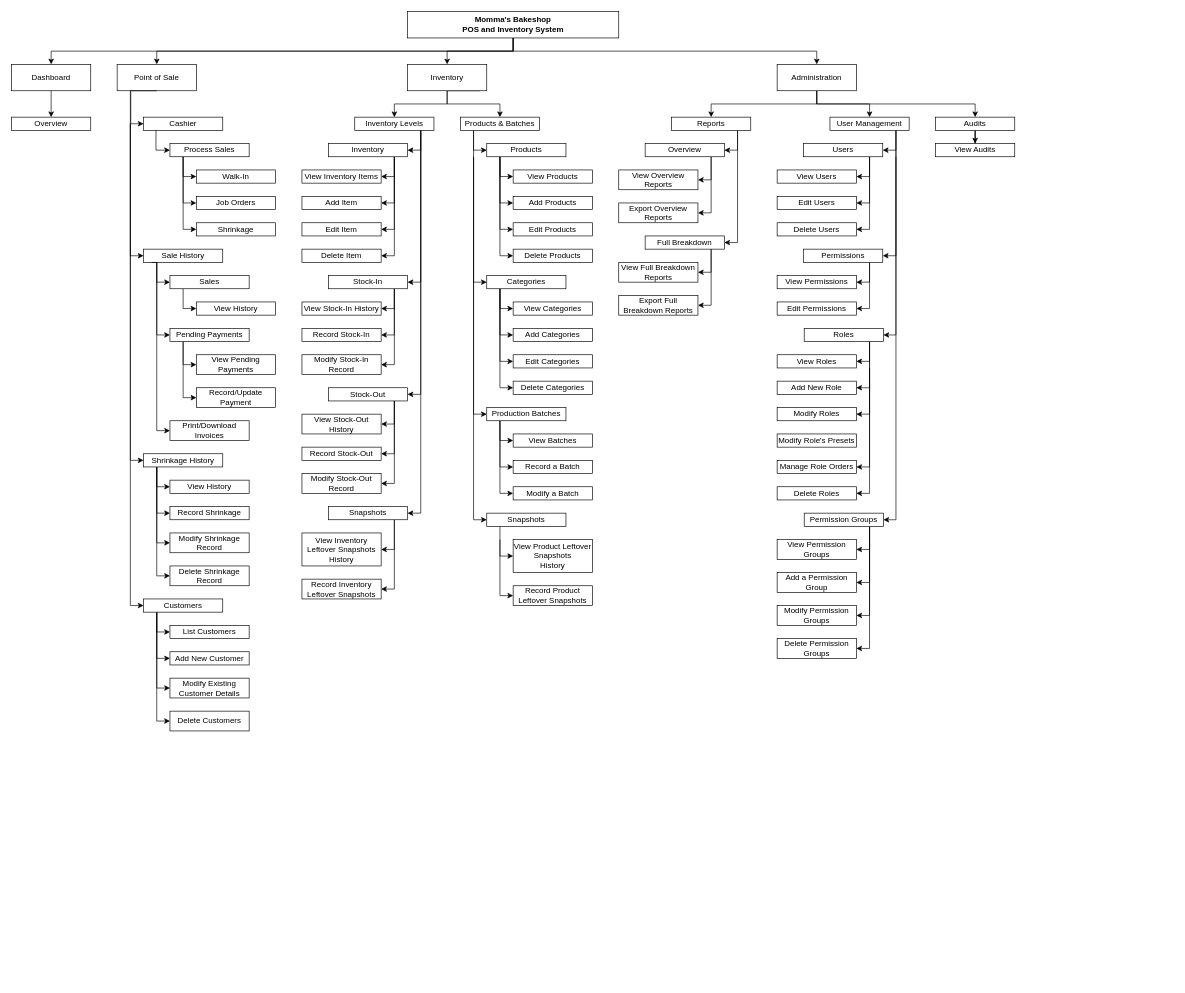
Above: IT12 Final Project System Navigation.drawio in LlanderSei/IT12-Final-Project (draw.io), before the change. Source tidied: cells renumbered, new cells numbered last; positions are measured from the earlier drawing's top-left corner, leaving out a move shared by most shapes. Both pictures are drawn from the tidied source at 66%, with x=0, y=0 at pixel (11, 11).
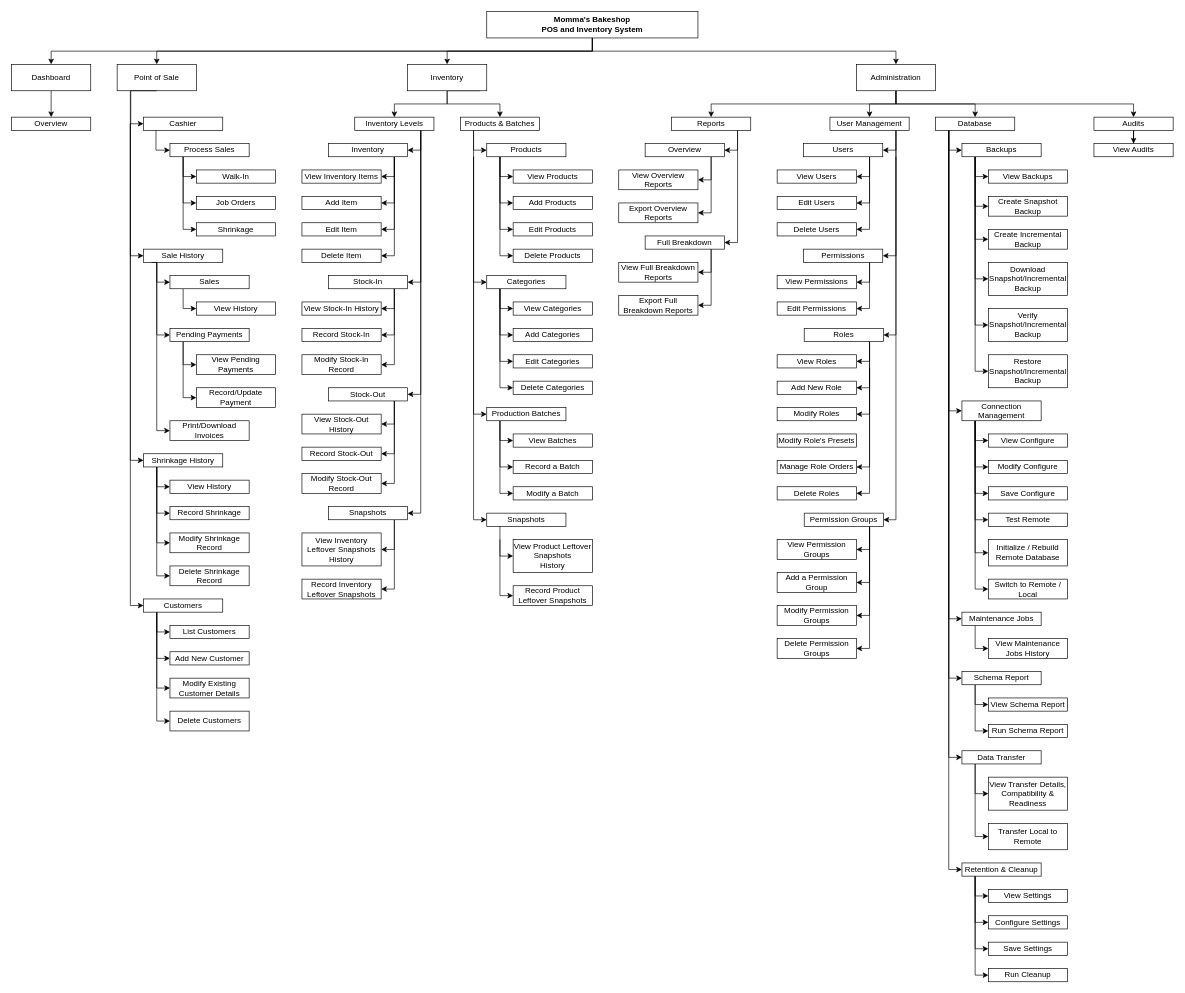
The same page after the edit.

Unchanged cells that the change refers to:
```xml
<mxCell id="7" value="Dashboard" style="rounded=0;whiteSpace=wrap;html=1;" parent="1" vertex="1">
  <mxGeometry y="80" width="120" height="40" as="geometry" />
</mxCell>
<mxCell id="8" value="Point of Sale" style="rounded=0;whiteSpace=wrap;html=1;" parent="1" vertex="1">
  <mxGeometry x="160" y="80" width="120" height="40" as="geometry" />
</mxCell>
<mxCell id="107" value="Reports" style="rounded=0;whiteSpace=wrap;html=1;" parent="1" vertex="1">
  <mxGeometry x="1000" y="160" width="120" height="20" as="geometry" />
</mxCell>
```

Change to the diagram source:
```diff
@@
     <mxCell id="2" style="edgeStyle=orthogonalEdgeStyle;rounded=0;jettySize=auto;html=1;entryX=0.5;entryY=0;entryDx=0;entryDy=0;" parent="1" edge="1" source="5" target="7">
       <mxGeometry relative="1" as="geometry">
         <Array as="points">
-          <mxPoint x="760" y="60" />
+          <mxPoint x="880" y="60" />
           <mxPoint x="60" y="60" />
         </Array>
       </mxGeometry>
     </mxCell>
     <mxCell id="3" style="edgeStyle=orthogonalEdgeStyle;rounded=0;jettySize=auto;html=1;entryX=0.5;entryY=0;entryDx=0;entryDy=0;" parent="1" edge="1" source="5" target="8">
       <mxGeometry relative="1" as="geometry">
         <Array as="points">
-          <mxPoint x="760" y="60" />
+          <mxPoint x="880" y="60" />
           <mxPoint x="220" y="60" />
         </Array>
       </mxGeometry>
     </mxCell>
@@
     <mxCell id="5" value="&lt;b&gt;Momma's Bakeshop&lt;/b&gt;&lt;div&gt;&lt;b&gt;POS and Inventory System&lt;/b&gt;&lt;/div&gt;" style="rounded=0;whiteSpace=wrap;html=1;" parent="1" vertex="1">
-      <mxGeometry x="600" width="320" height="40" as="geometry" />
+      <mxGeometry x="720" width="320" height="40" as="geometry" />
     </mxCell>
@@
     <mxCell id="104" style="edgeStyle=orthogonalEdgeStyle;rounded=0;jettySize=auto;html=1;entryX=0.5;entryY=0;entryDx=0;entryDy=0;" parent="1" edge="1" source="5" target="141">
       <mxGeometry relative="1" as="geometry">
         <Array as="points">
-          <mxPoint x="760" y="60" />
-          <mxPoint x="1220" y="60" />
+          <mxPoint x="880" y="60" />
+          <mxPoint x="1340" y="60" />
         </Array>
       </mxGeometry>
     </mxCell>
@@
     <mxCell id="108" style="edgeStyle=orthogonalEdgeStyle;rounded=0;jettySize=auto;html=1;entryX=0.5;entryY=0;entryDx=0;entryDy=0;" parent="1" edge="1" source="141" target="107">
       <mxGeometry relative="1" as="geometry">
         <Array as="points">
-          <mxPoint x="1220" y="140" />
+          <mxPoint x="1340" y="140" />
           <mxPoint x="1060" y="140" />
         </Array>
       </mxGeometry>
     </mxCell>
@@
     <mxCell id="110" style="edgeStyle=orthogonalEdgeStyle;rounded=0;jettySize=auto;html=1;entryX=0.5;entryY=0;entryDx=0;entryDy=0;" parent="1" edge="1" source="141" target="139">
       <mxGeometry relative="1" as="geometry">
         <Array as="points">
-          <mxPoint x="1220" y="140" />
+          <mxPoint x="1340" y="140" />
           <mxPoint x="1460" y="140" />
         </Array>
       </mxGeometry>
     </mxCell>
@@
-    <mxCell id="138" style="edgeStyle=orthogonalEdgeStyle;rounded=0;jettySize=auto;html=1;entryX=0.5;entryY=0;entryDx=0;entryDy=0;" parent="1" edge="1" source="139" target="140">
-      <mxGeometry relative="1" as="geometry" />
+    <mxCell id="138" style="edgeStyle=orthogonalEdgeStyle;rounded=0;jettySize=auto;html=1;entryX=0;entryY=0.5;entryDx=0;entryDy=0;" parent="1" edge="1" source="139" target="140">
+      <mxGeometry relative="1" as="geometry">
+        <Array as="points">
+          <mxPoint x="1420" y="210" />
+        </Array>
+      </mxGeometry>
     </mxCell>
+    <mxCell id="186" style="edgeStyle=orthogonalEdgeStyle;rounded=0;jettySize=auto;html=1;entryX=0;entryY=0.5;entryDx=0;entryDy=0;" parent="1" edge="1" source="139" target="213">
+      <mxGeometry relative="1" as="geometry">
+        <Array as="points">
+          <mxPoint x="1420" y="605" />
+        </Array>
+      </mxGeometry>
+    </mxCell>
+    <mxCell id="187" style="edgeStyle=orthogonalEdgeStyle;rounded=0;jettySize=auto;html=1;entryX=0;entryY=0.5;entryDx=0;entryDy=0;" parent="1" edge="1" source="139" target="221">
+      <mxGeometry relative="1" as="geometry">
+        <Array as="points">
+          <mxPoint x="1420" y="920" />
+        </Array>
+      </mxGeometry>
+    </mxCell>
+    <mxCell id="188" style="edgeStyle=orthogonalEdgeStyle;rounded=0;jettySize=auto;html=1;entryX=0;entryY=0.5;entryDx=0;entryDy=0;" parent="1" edge="1" source="139" target="225">
+      <mxGeometry relative="1" as="geometry">
+        <Array as="points">
+          <mxPoint x="1420" y="1010" />
+        </Array>
+      </mxGeometry>
+    </mxCell>
+    <mxCell id="189" style="edgeStyle=orthogonalEdgeStyle;rounded=0;jettySize=auto;html=1;entryX=0;entryY=0.5;entryDx=0;entryDy=0;" parent="1" edge="1" source="139" target="230">
+      <mxGeometry relative="1" as="geometry">
+        <Array as="points">
+          <mxPoint x="1420" y="1130" />
+        </Array>
+      </mxGeometry>
+    </mxCell>
+    <mxCell id="190" style="edgeStyle=orthogonalEdgeStyle;rounded=0;jettySize=auto;html=1;entryX=0;entryY=0.5;entryDx=0;entryDy=0;" parent="1" edge="1" source="139" target="237">
+      <mxGeometry relative="1" as="geometry">
+        <Array as="points">
+          <mxPoint x="1420" y="1300" />
+        </Array>
+      </mxGeometry>
+    </mxCell>
-    <mxCell id="139" value="Audits" style="rounded=0;whiteSpace=wrap;html=1;" parent="1" vertex="1">
+    <mxCell id="139" value="Database" style="rounded=0;whiteSpace=wrap;html=1;" parent="1" vertex="1">
       <mxGeometry x="1400" y="160" width="120" height="20" as="geometry" />
     </mxCell>
+    <mxCell id="191" style="edgeStyle=orthogonalEdgeStyle;rounded=0;jettySize=auto;html=1;entryX=0;entryY=0.5;entryDx=0;entryDy=0;" parent="1" edge="1" source="140" target="201">
+      <mxGeometry relative="1" as="geometry">
+        <Array as="points">
+          <mxPoint x="1460" y="250" />
+        </Array>
+      </mxGeometry>
+    </mxCell>
+    <mxCell id="192" style="edgeStyle=orthogonalEdgeStyle;rounded=0;jettySize=auto;html=1;entryX=0;entryY=0.5;entryDx=0;entryDy=0;" parent="1" edge="1" source="140" target="202">
+      <mxGeometry relative="1" as="geometry">
+        <Array as="points">
+          <mxPoint x="1460" y="295" />
+        </Array>
+      </mxGeometry>
+    </mxCell>
+    <mxCell id="193" style="edgeStyle=orthogonalEdgeStyle;rounded=0;jettySize=auto;html=1;entryX=0;entryY=0.5;entryDx=0;entryDy=0;" parent="1" edge="1" source="140" target="203">
+      <mxGeometry relative="1" as="geometry">
+        <Array as="points">
+          <mxPoint x="1460" y="345" />
+        </Array>
+      </mxGeometry>
+    </mxCell>
+    <mxCell id="194" style="edgeStyle=orthogonalEdgeStyle;rounded=0;jettySize=auto;html=1;entryX=0;entryY=0.5;entryDx=0;entryDy=0;" parent="1" edge="1" source="140" target="204">
+      <mxGeometry relative="1" as="geometry">
+        <Array as="points">
+          <mxPoint x="1460" y="405" />
+        </Array>
+      </mxGeometry>
+    </mxCell>
+    <mxCell id="195" style="edgeStyle=orthogonalEdgeStyle;rounded=0;jettySize=auto;html=1;entryX=0;entryY=0.5;entryDx=0;entryDy=0;" parent="1" edge="1" source="140" target="205">
+      <mxGeometry relative="1" as="geometry">
+        <Array as="points">
+          <mxPoint x="1460" y="475" />
+        </Array>
+      </mxGeometry>
+    </mxCell>
+    <mxCell id="196" style="edgeStyle=orthogonalEdgeStyle;rounded=0;jettySize=auto;html=1;entryX=0;entryY=0.5;entryDx=0;entryDy=0;" parent="1" edge="1" source="140" target="206">
+      <mxGeometry relative="1" as="geometry">
+        <Array as="points">
+          <mxPoint x="1460" y="545" />
+        </Array>
+      </mxGeometry>
+    </mxCell>
-    <mxCell id="140" value="View Audits" style="rounded=0;whiteSpace=wrap;html=1;" parent="1" vertex="1">
-      <mxGeometry x="1400" y="200" width="120" height="20" as="geometry" />
+    <mxCell id="140" value="Backups" style="rounded=0;whiteSpace=wrap;html=1;" parent="1" vertex="1">
+      <mxGeometry x="1440" y="200" width="120" height="20" as="geometry" />
     </mxCell>
+    <mxCell id="197" style="edgeStyle=orthogonalEdgeStyle;rounded=0;jettySize=auto;html=1;entryX=0.5;entryY=0;entryDx=0;entryDy=0;" parent="1" edge="1" source="141" target="199">
+      <mxGeometry relative="1" as="geometry">
+        <Array as="points">
+          <mxPoint x="1340" y="140" />
+          <mxPoint x="1700" y="140" />
+        </Array>
+      </mxGeometry>
+    </mxCell>
     <mxCell id="141" value="Administration" style="rounded=0;whiteSpace=wrap;html=1;" parent="1" vertex="1">
-      <mxGeometry x="1160" y="80" width="120" height="40" as="geometry" />
+      <mxGeometry x="1280" y="80" width="120" height="40" as="geometry" />
     </mxCell>
@@
+    <mxCell id="198" style="edgeStyle=orthogonalEdgeStyle;rounded=0;jettySize=auto;html=1;entryX=0.5;entryY=0;entryDx=0;entryDy=0;" parent="1" edge="1" source="199" target="200">
+      <mxGeometry relative="1" as="geometry" />
+    </mxCell>
+    <mxCell id="199" value="Audits" style="rounded=0;whiteSpace=wrap;html=1;" parent="1" vertex="1">
+      <mxGeometry x="1640" y="160" width="120" height="20" as="geometry" />
+    </mxCell>
+    <mxCell id="200" value="View Audits" style="rounded=0;whiteSpace=wrap;html=1;" parent="1" vertex="1">
+      <mxGeometry x="1640" y="200" width="120" height="20" as="geometry" />
+    </mxCell>
+    <mxCell id="201" value="View Backups" style="rounded=0;whiteSpace=wrap;html=1;" parent="1" vertex="1">
+      <mxGeometry x="1480" y="240" width="120" height="20" as="geometry" />
+    </mxCell>
+    <mxCell id="202" value="Create Snapshot Backup" style="rounded=0;whiteSpace=wrap;html=1;" parent="1" vertex="1">
+      <mxGeometry x="1480" y="280" width="120" height="30" as="geometry" />
+    </mxCell>
+    <mxCell id="203" value="Create Incremental Backup" style="rounded=0;whiteSpace=wrap;html=1;" parent="1" vertex="1">
+      <mxGeometry x="1480" y="330" width="120" height="30" as="geometry" />
+    </mxCell>
+    <mxCell id="204" value="Download Snapshot/Incremental Backup" style="rounded=0;whiteSpace=wrap;html=1;" parent="1" vertex="1">
+      <mxGeometry x="1480" y="380" width="120" height="50" as="geometry" />
+    </mxCell>
+    <mxCell id="205" value="Verify Snapshot/Incremental Backup" style="rounded=0;whiteSpace=wrap;html=1;" parent="1" vertex="1">
+      <mxGeometry x="1480" y="450" width="120" height="50" as="geometry" />
+    </mxCell>
+    <mxCell id="206" value="Restore Snapshot/Incremental Backup" style="rounded=0;whiteSpace=wrap;html=1;" parent="1" vertex="1">
+      <mxGeometry x="1480" y="520" width="120" height="50" as="geometry" />
+    </mxCell>
+    <mxCell id="207" style="edgeStyle=orthogonalEdgeStyle;rounded=0;jettySize=auto;html=1;entryX=0;entryY=0.5;entryDx=0;entryDy=0;" parent="1" edge="1" source="213" target="214">
+      <mxGeometry relative="1" as="geometry">
+        <Array as="points">
+          <mxPoint x="1460" y="650" />
+        </Array>
+      </mxGeometry>
+    </mxCell>
+    <mxCell id="208" style="edgeStyle=orthogonalEdgeStyle;rounded=0;jettySize=auto;html=1;entryX=0;entryY=0.5;entryDx=0;entryDy=0;" parent="1" edge="1" source="213" target="215">
+      <mxGeometry relative="1" as="geometry">
+        <Array as="points">
+          <mxPoint x="1460" y="690" />
+        </Array>
+      </mxGeometry>
+    </mxCell>
+    <mxCell id="209" style="edgeStyle=orthogonalEdgeStyle;rounded=0;jettySize=auto;html=1;entryX=0;entryY=0.5;entryDx=0;entryDy=0;" parent="1" edge="1" source="213" target="216">
+      <mxGeometry relative="1" as="geometry">
+        <Array as="points">
+          <mxPoint x="1460" y="730" />
+        </Array>
+      </mxGeometry>
+    </mxCell>
+    <mxCell id="210" style="edgeStyle=orthogonalEdgeStyle;rounded=0;jettySize=auto;html=1;entryX=0;entryY=0.5;entryDx=0;entryDy=0;" parent="1" edge="1" source="213" target="217">
+      <mxGeometry relative="1" as="geometry">
+        <Array as="points">
+          <mxPoint x="1460" y="770" />
+        </Array>
+      </mxGeometry>
+    </mxCell>
+    <mxCell id="211" style="edgeStyle=orthogonalEdgeStyle;rounded=0;jettySize=auto;html=1;entryX=0;entryY=0.5;entryDx=0;entryDy=0;" parent="1" edge="1" source="213" target="218">
+      <mxGeometry relative="1" as="geometry">
+        <Array as="points">
+          <mxPoint x="1460" y="820" />
+        </Array>
+      </mxGeometry>
+    </mxCell>
+    <mxCell id="212" style="edgeStyle=orthogonalEdgeStyle;rounded=0;jettySize=auto;html=1;entryX=0;entryY=0.5;entryDx=0;entryDy=0;" parent="1" edge="1" source="213" target="219">
+      <mxGeometry relative="1" as="geometry">
+        <Array as="points">
+          <mxPoint x="1460" y="875" />
+        </Array>
+      </mxGeometry>
+    </mxCell>
+    <mxCell id="213" value="Connection Management" style="rounded=0;whiteSpace=wrap;html=1;" parent="1" vertex="1">
+      <mxGeometry x="1440" y="590" width="120" height="30" as="geometry" />
+    </mxCell>
+    <mxCell id="214" value="View Configure" style="rounded=0;whiteSpace=wrap;html=1;" parent="1" vertex="1">
+      <mxGeometry x="1480" y="640" width="120" height="20" as="geometry" />
+    </mxCell>
+    <mxCell id="215" value="Modify Configure" style="rounded=0;whiteSpace=wrap;html=1;" parent="1" vertex="1">
+      <mxGeometry x="1480" y="680" width="120" height="20" as="geometry" />
+    </mxCell>
+    <mxCell id="216" value="Save Configure" style="rounded=0;whiteSpace=wrap;html=1;" parent="1" vertex="1">
+      <mxGeometry x="1480" y="720" width="120" height="20" as="geometry" />
+    </mxCell>
+    <mxCell id="217" value="Test Remote" style="rounded=0;whiteSpace=wrap;html=1;" parent="1" vertex="1">
+      <mxGeometry x="1480" y="760" width="120" height="20" as="geometry" />
+    </mxCell>
+    <mxCell id="218" value="Initialize / Rebuild Remote Database" style="rounded=0;whiteSpace=wrap;html=1;" parent="1" vertex="1">
+      <mxGeometry x="1480" y="800" width="120" height="40" as="geometry" />
+    </mxCell>
+    <mxCell id="219" value="Switch to Remote / Local" style="rounded=0;whiteSpace=wrap;html=1;" parent="1" vertex="1">
+      <mxGeometry x="1480" y="860" width="120" height="30" as="geometry" />
+    </mxCell>
+    <mxCell id="220" style="edgeStyle=orthogonalEdgeStyle;rounded=0;jettySize=auto;html=1;entryX=0;entryY=0.5;entryDx=0;entryDy=0;" parent="1" edge="1" source="221" target="222">
+      <mxGeometry relative="1" as="geometry">
+        <Array as="points">
+          <mxPoint x="1460" y="965" />
+        </Array>
+      </mxGeometry>
+    </mxCell>
+    <mxCell id="221" value="Maintenance Jobs" style="rounded=0;whiteSpace=wrap;html=1;" parent="1" vertex="1">
+      <mxGeometry x="1440" y="910" width="120" height="20" as="geometry" />
+    </mxCell>
+    <mxCell id="222" value="View Maintenance Jobs History" style="rounded=0;whiteSpace=wrap;html=1;" parent="1" vertex="1">
+      <mxGeometry x="1480" y="950" width="120" height="30" as="geometry" />
+    </mxCell>
+    <mxCell id="223" style="edgeStyle=orthogonalEdgeStyle;rounded=0;jettySize=auto;html=1;entryX=0;entryY=0.5;entryDx=0;entryDy=0;" parent="1" edge="1" source="225" target="226">
+      <mxGeometry relative="1" as="geometry">
+        <Array as="points">
+          <mxPoint x="1460" y="1050" />
+        </Array>
+      </mxGeometry>
+    </mxCell>
+    <mxCell id="224" style="edgeStyle=orthogonalEdgeStyle;rounded=0;jettySize=auto;html=1;entryX=0;entryY=0.5;entryDx=0;entryDy=0;" parent="1" edge="1" source="225" target="227">
+      <mxGeometry relative="1" as="geometry">
+        <Array as="points">
+          <mxPoint x="1460" y="1090" />
+        </Array>
+      </mxGeometry>
+    </mxCell>
+    <mxCell id="225" value="Schema Report" style="rounded=0;whiteSpace=wrap;html=1;" parent="1" vertex="1">
+      <mxGeometry x="1440" y="1000" width="120" height="20" as="geometry" />
+    </mxCell>
+    <mxCell id="226" value="View Schema Report" style="rounded=0;whiteSpace=wrap;html=1;" parent="1" vertex="1">
+      <mxGeometry x="1480" y="1040" width="120" height="20" as="geometry" />
+    </mxCell>
+    <mxCell id="227" value="Run Schema Report" style="rounded=0;whiteSpace=wrap;html=1;" parent="1" vertex="1">
+      <mxGeometry x="1480" y="1080" width="120" height="20" as="geometry" />
+    </mxCell>
+    <mxCell id="228" style="edgeStyle=orthogonalEdgeStyle;rounded=0;jettySize=auto;html=1;entryX=0;entryY=0.5;entryDx=0;entryDy=0;" parent="1" edge="1" source="230" target="231">
+      <mxGeometry relative="1" as="geometry">
+        <Array as="points">
+          <mxPoint x="1460" y="1185" />
+        </Array>
+      </mxGeometry>
+    </mxCell>
+    <mxCell id="229" style="edgeStyle=orthogonalEdgeStyle;rounded=0;jettySize=auto;html=1;entryX=0;entryY=0.5;entryDx=0;entryDy=0;" parent="1" edge="1" source="230" target="232">
+      <mxGeometry relative="1" as="geometry">
+        <Array as="points">
+          <mxPoint x="1460" y="1250" />
+        </Array>
+      </mxGeometry>
+    </mxCell>
+    <mxCell id="230" value="Data Transfer" style="rounded=0;whiteSpace=wrap;html=1;" parent="1" vertex="1">
+      <mxGeometry x="1440" y="1120" width="120" height="20" as="geometry" />
+    </mxCell>
+    <mxCell id="231" value="View Transfer Details, Compatibility &amp;amp; Readiness" style="rounded=0;whiteSpace=wrap;html=1;" parent="1" vertex="1">
+      <mxGeometry x="1480" y="1160" width="120" height="50" as="geometry" />
+    </mxCell>
+    <mxCell id="232" value="Transfer Local to Remote" style="rounded=0;whiteSpace=wrap;html=1;" parent="1" vertex="1">
+      <mxGeometry x="1480" y="1230" width="120" height="40" as="geometry" />
+    </mxCell>
+    <mxCell id="233" style="edgeStyle=orthogonalEdgeStyle;rounded=0;jettySize=auto;html=1;entryX=0;entryY=0.5;entryDx=0;entryDy=0;" parent="1" edge="1" source="237" target="238">
+      <mxGeometry relative="1" as="geometry">
+        <Array as="points">
+          <mxPoint x="1460" y="1340" />
+        </Array>
+      </mxGeometry>
+    </mxCell>
+    <mxCell id="234" style="edgeStyle=orthogonalEdgeStyle;rounded=0;jettySize=auto;html=1;entryX=0;entryY=0.5;entryDx=0;entryDy=0;" parent="1" edge="1" source="237" target="239">
+      <mxGeometry relative="1" as="geometry">
+        <Array as="points">
+          <mxPoint x="1460" y="1380" />
+        </Array>
+      </mxGeometry>
+    </mxCell>
+    <mxCell id="235" style="edgeStyle=orthogonalEdgeStyle;rounded=0;jettySize=auto;html=1;entryX=0;entryY=0.5;entryDx=0;entryDy=0;" parent="1" edge="1" source="237" target="240">
+      <mxGeometry relative="1" as="geometry">
+        <Array as="points">
+          <mxPoint x="1460" y="1420" />
+        </Array>
+      </mxGeometry>
+    </mxCell>
+    <mxCell id="236" style="edgeStyle=orthogonalEdgeStyle;rounded=0;jettySize=auto;html=1;entryX=0;entryY=0.5;entryDx=0;entryDy=0;" parent="1" edge="1" source="237" target="241">
+      <mxGeometry relative="1" as="geometry">
+        <Array as="points">
+          <mxPoint x="1460" y="1460" />
+        </Array>
+      </mxGeometry>
+    </mxCell>
+    <mxCell id="237" value="Retention &amp;amp; Cleanup" style="rounded=0;whiteSpace=wrap;html=1;" parent="1" vertex="1">
+      <mxGeometry x="1440" y="1290" width="120" height="20" as="geometry" />
+    </mxCell>
+    <mxCell id="238" value="View Settings" style="rounded=0;whiteSpace=wrap;html=1;" parent="1" vertex="1">
+      <mxGeometry x="1480" y="1330" width="120" height="20" as="geometry" />
+    </mxCell>
+    <mxCell id="239" value="Configure Settings" style="rounded=0;whiteSpace=wrap;html=1;" parent="1" vertex="1">
+      <mxGeometry x="1480" y="1370" width="120" height="20" as="geometry" />
+    </mxCell>
+    <mxCell id="240" value="Save Settings" style="rounded=0;whiteSpace=wrap;html=1;" parent="1" vertex="1">
+      <mxGeometry x="1480" y="1410" width="120" height="20" as="geometry" />
+    </mxCell>
+    <mxCell id="241" value="Run Cleanup" style="rounded=0;whiteSpace=wrap;html=1;" parent="1" vertex="1">
+      <mxGeometry x="1480" y="1450" width="120" height="20" as="geometry" />
+    </mxCell>
```
